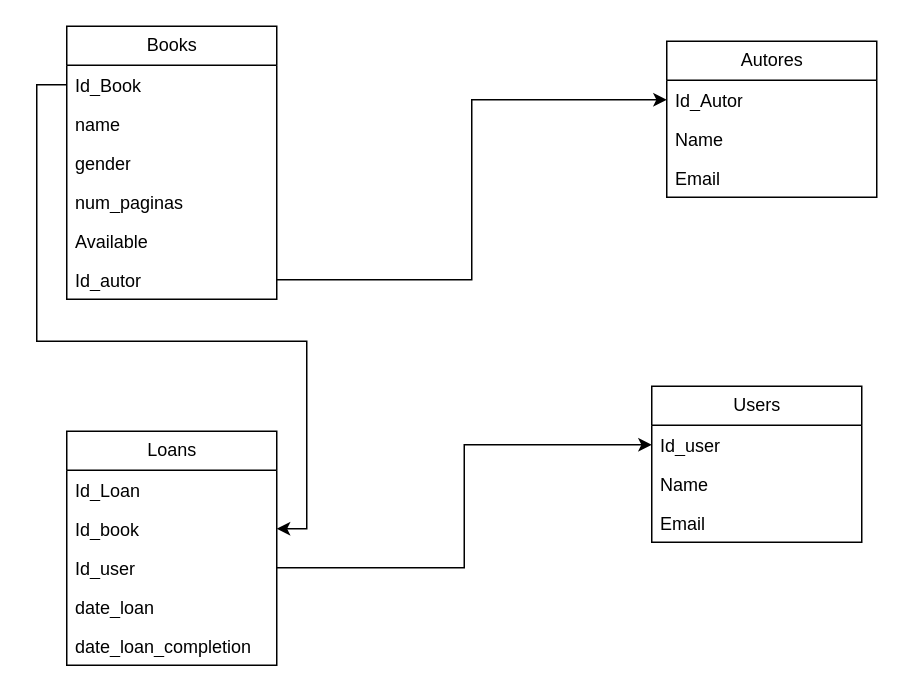
Above: Diagrama sin título.drawio in Rafaelrg11/Cositas (draw.io), before the change. Source tidied: cells renumbered, new cells numbered last; positions are measured from the earlier drawing's top-left corner, leaving out a move shared by most shapes. Both pictures are drawn from the tidied source at 150%, with x=0, y=0 at pixel (36, 26).
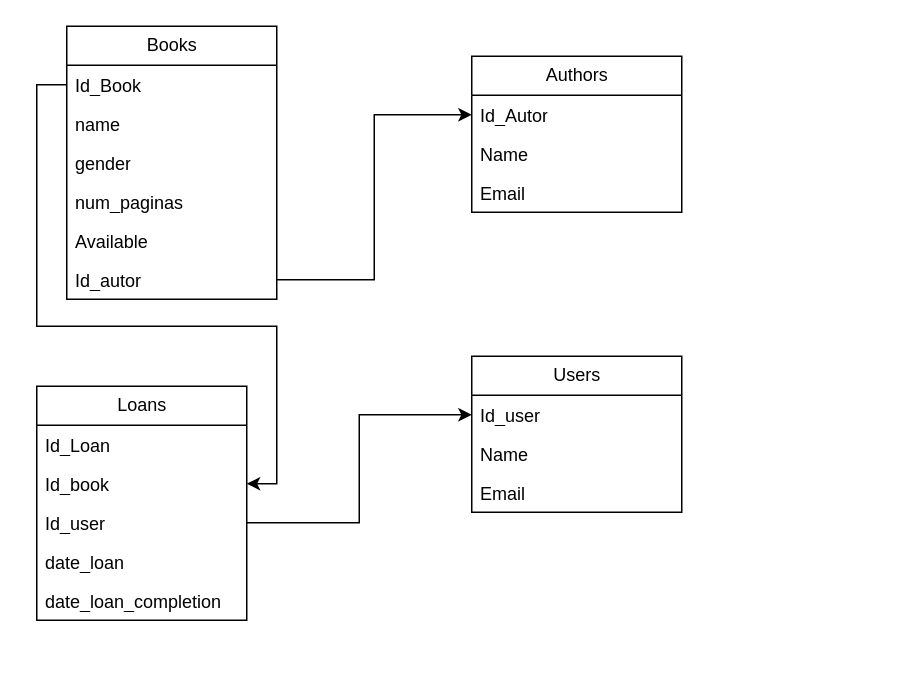
The same page after the edit.

Unchanged cells that the change refers to:
```xml
<mxCell id="3" value="Id_Book" style="text;strokeColor=none;fillColor=none;align=left;verticalAlign=top;spacingLeft=4;spacingRight=4;overflow=hidden;points=[[0,0.5],[1,0.5]];portConstraint=eastwest;whiteSpace=wrap;html=1;" parent="2" vertex="1">
  <mxGeometry y="26" width="140" height="26" as="geometry" />
</mxCell>
<mxCell id="15" value="Id_book" style="text;strokeColor=none;fillColor=none;align=left;verticalAlign=top;spacingLeft=4;spacingRight=4;overflow=hidden;points=[[0,0.5],[1,0.5]];portConstraint=eastwest;whiteSpace=wrap;html=1;" parent="13" vertex="1">
  <mxGeometry y="52" width="140" height="26" as="geometry" />
</mxCell>
<mxCell id="16" value="Id_user" style="text;strokeColor=none;fillColor=none;align=left;verticalAlign=top;spacingLeft=4;spacingRight=4;overflow=hidden;points=[[0,0.5],[1,0.5]];portConstraint=eastwest;whiteSpace=wrap;html=1;" parent="13" vertex="1">
  <mxGeometry y="78" width="140" height="26" as="geometry" />
</mxCell>
<mxCell id="20" value="Id_user" style="text;strokeColor=none;fillColor=none;align=left;verticalAlign=top;spacingLeft=4;spacingRight=4;overflow=hidden;points=[[0,0.5],[1,0.5]];portConstraint=eastwest;whiteSpace=wrap;html=1;" parent="19" vertex="1">
  <mxGeometry y="26" width="140" height="26" as="geometry" />
</mxCell>
```

Change to the diagram source:
```diff
@@
-    <mxCell id="9" value="Autores" style="swimlane;fontStyle=0;horizontal=1;startSize=26;fillColor=none;html=1;" parent="1" vertex="1">
-      <mxGeometry x="420" y="10" width="140" height="104" as="geometry" />
+    <mxCell id="9" value="Authors" style="swimlane;fontStyle=0;horizontal=1;startSize=26;fillColor=none;html=1;" parent="1" vertex="1">
+      <mxGeometry x="290" y="20" width="140" height="104" as="geometry" />
     </mxCell>
@@
     <mxCell id="13" value="Loans" style="swimlane;fontStyle=0;horizontal=1;startSize=26;fillColor=none;html=1;" parent="1" vertex="1">
-      <mxGeometry x="20" y="270" width="140" height="156" as="geometry" />
+      <mxGeometry y="240" width="140" height="156" as="geometry" />
     </mxCell>
@@
     <mxCell id="19" value="Users" style="swimlane;fontStyle=0;horizontal=1;startSize=26;fillColor=none;html=1;" parent="1" vertex="1">
-      <mxGeometry x="410" y="240" width="140" height="104" as="geometry" />
+      <mxGeometry x="290" y="220" width="140" height="104" as="geometry" />
     </mxCell>
@@
+    <mxCell id="25" style="edgeStyle=orthogonalEdgeStyle;rounded=0;jettySize=auto;html=1;exitX=1;exitY=0.5;exitDx=0;exitDy=0;entryX=0;entryY=0.5;entryDx=0;entryDy=0;" parent="1" edge="1" source="16" target="20">
+      <mxGeometry relative="1" as="geometry" />
+    </mxCell>
     <mxCell id="24" style="edgeStyle=orthogonalEdgeStyle;rounded=0;jettySize=auto;html=1;exitX=0;exitY=0.5;exitDx=0;exitDy=0;entryX=1;entryY=0.5;entryDx=0;entryDy=0;" parent="1" edge="1" source="3" target="15">
       <mxGeometry relative="1" as="geometry">
         <Array as="points">
           <mxPoint y="39" />
-          <mxPoint y="210" />
-          <mxPoint x="180" y="210" />
-          <mxPoint x="180" y="335" />
+          <mxPoint y="200" />
+          <mxPoint x="160" y="200" />
+          <mxPoint x="160" y="305" />
         </Array>
       </mxGeometry>
     </mxCell>
-    <mxCell id="25" style="edgeStyle=orthogonalEdgeStyle;rounded=0;jettySize=auto;html=1;exitX=1;exitY=0.5;exitDx=0;exitDy=0;entryX=0;entryY=0.5;entryDx=0;entryDy=0;" parent="1" edge="1" source="16" target="20">
-      <mxGeometry relative="1" as="geometry" />
-    </mxCell>
```
